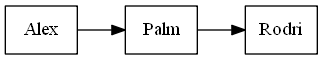
Earlier version of the Graphviz export RepPostorden.png (loumisha96/EDD_1S2020_PY1_201602935). Its source is kept beside it as RepPostorden.dot.
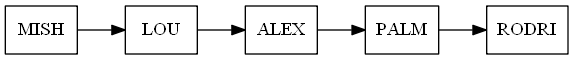
Above is the later version.

Diff of the diagram source:
```diff
@@ -1,4 +1,4 @@
 digraph G{
 rankdir = LR;
 node [shape= record];
-Alex->Palm->Rodri}
+MISH->LOU->ALEX->PALM->RODRI}
```
